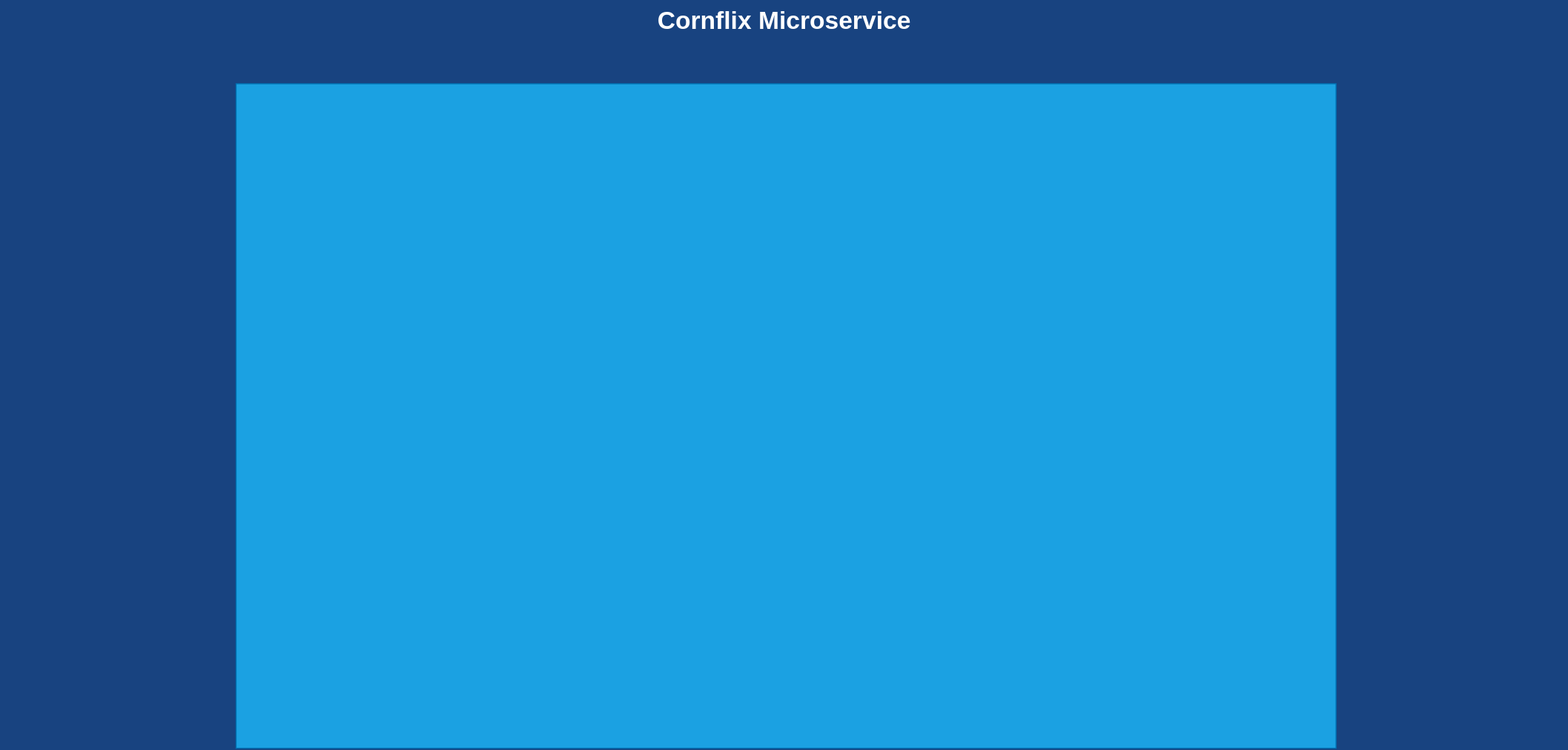
This is .github/image/Service-architecture.svg from xxidbr9/event-driven-architecture, a draw.io export, as it was before one commit. Source tidied: cells renumbered, new cells last; positions are measured from the earlier drawing's top-left corner, leaving out a move shared by most shapes.
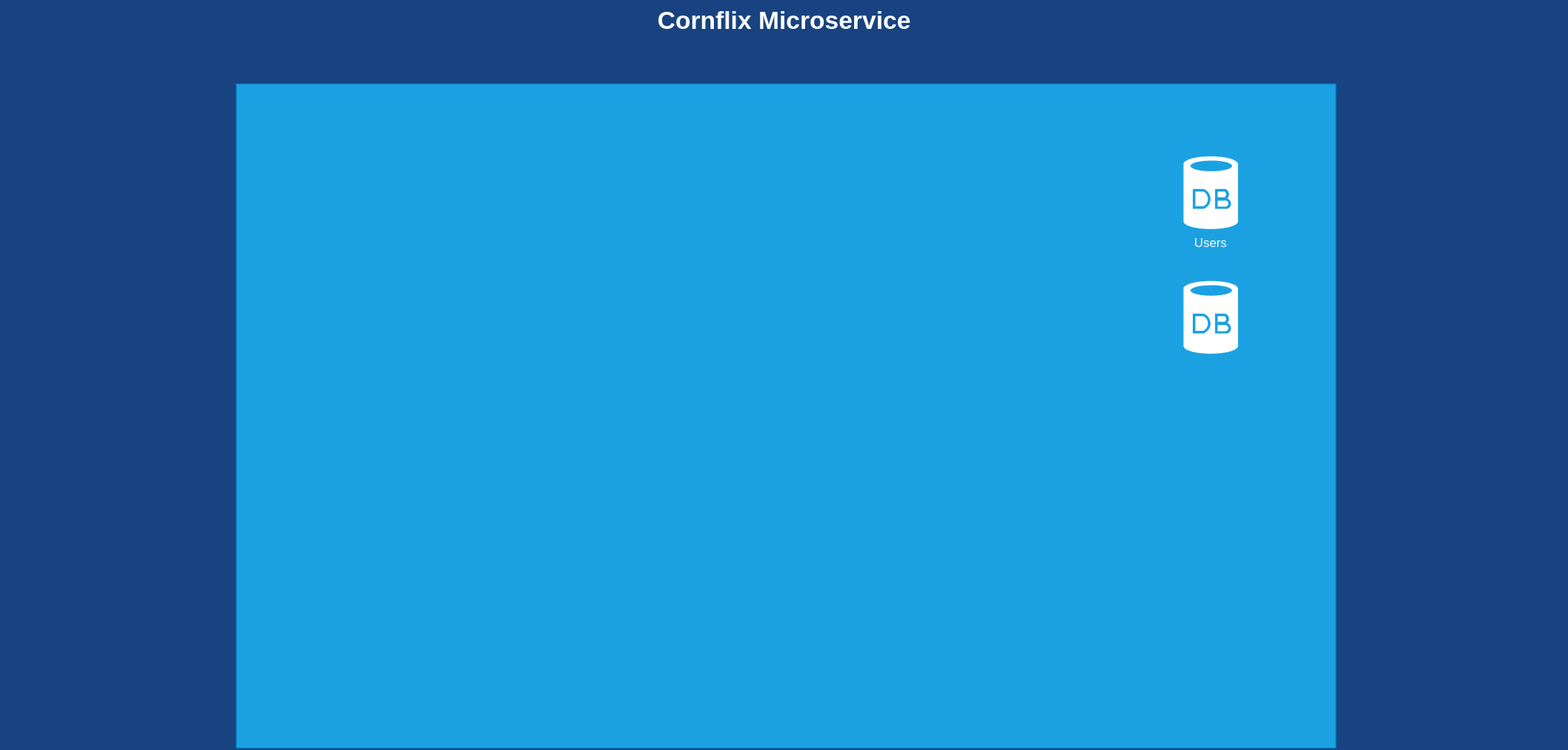
The same diagram one commit later.

What changed in the source:
```diff
@@ -8,5 +8,11 @@
     <mxCell id="3" style="rounded=0;whiteSpace=wrap;html=1;fillColor=#1ba1e2;strokeColor=#006EAF;fontColor=#ffffff;" parent="1" vertex="1">
       <mxGeometry x="227" y="80" width="1060" height="640" as="geometry" />
     </mxCell>
+    <mxCell id="4" value="&lt;font color=&quot;#ffffff&quot;&gt;Users&lt;/font&gt;" style="verticalLabelPosition=bottom;html=1;verticalAlign=top;align=center;shape=mxgraph.azure.database;strokeColor=none;" parent="1" vertex="1">
+      <mxGeometry x="1140" y="150" width="52.5" height="70" as="geometry" />
+    </mxCell>
+    <mxCell id="5" style="verticalLabelPosition=bottom;html=1;verticalAlign=top;align=center;shape=mxgraph.azure.database;strokeColor=none;" parent="1" vertex="1">
+      <mxGeometry x="1140" y="270" width="52.5" height="70" as="geometry" />
+    </mxCell>
   </root>
 </mxGraphModel>
```
